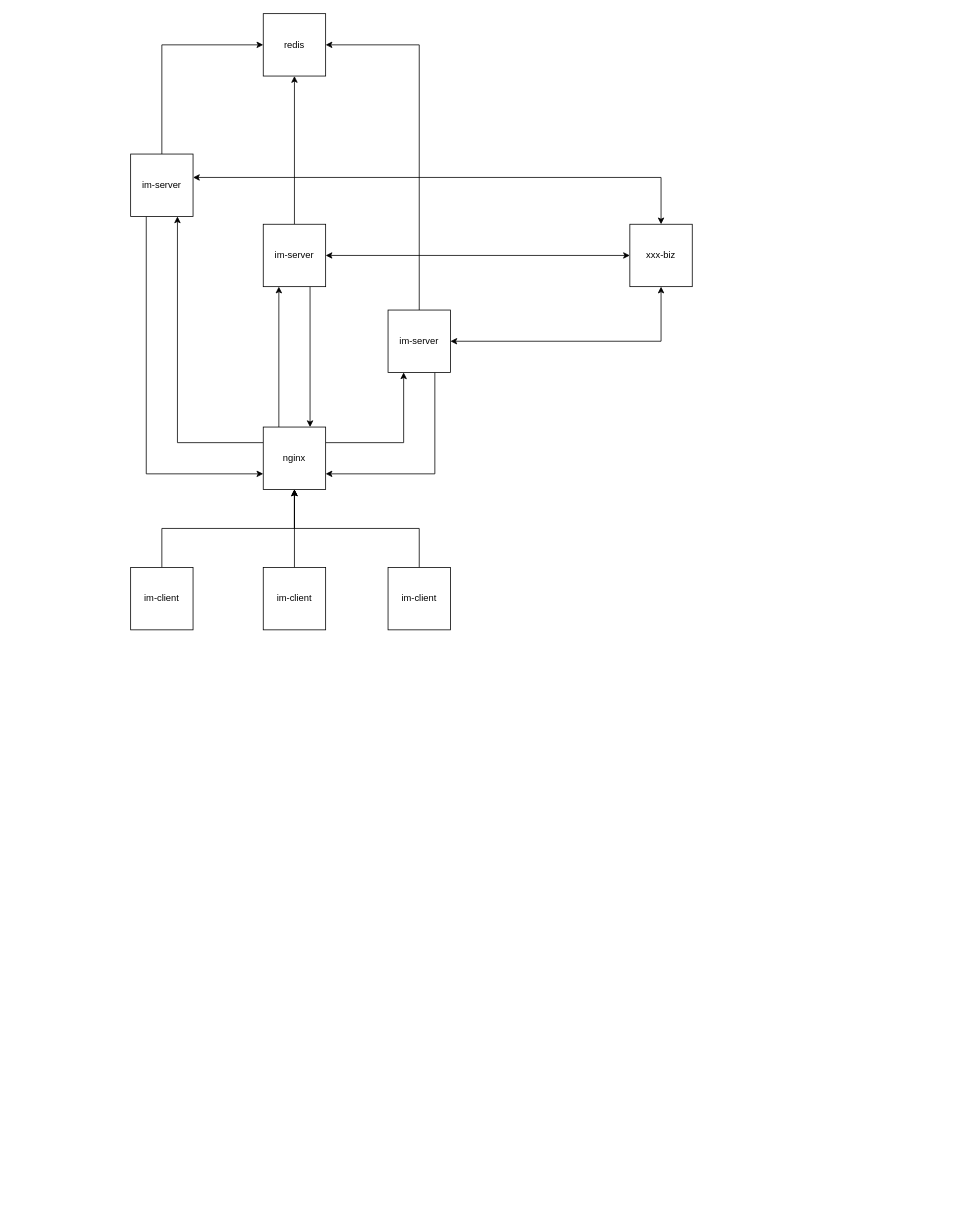
This is netty-im-server.drawio from zhuhuifei/draw.io, a draw.io file, before an edit. Source tidied: cells renumbered, new cells numbered last; positions are measured from the earlier drawing's top-left corner, leaving out a move shared by most shapes. Both pictures are drawn from the tidied source at 78%, with x=0, y=0 at pixel (130, 13).
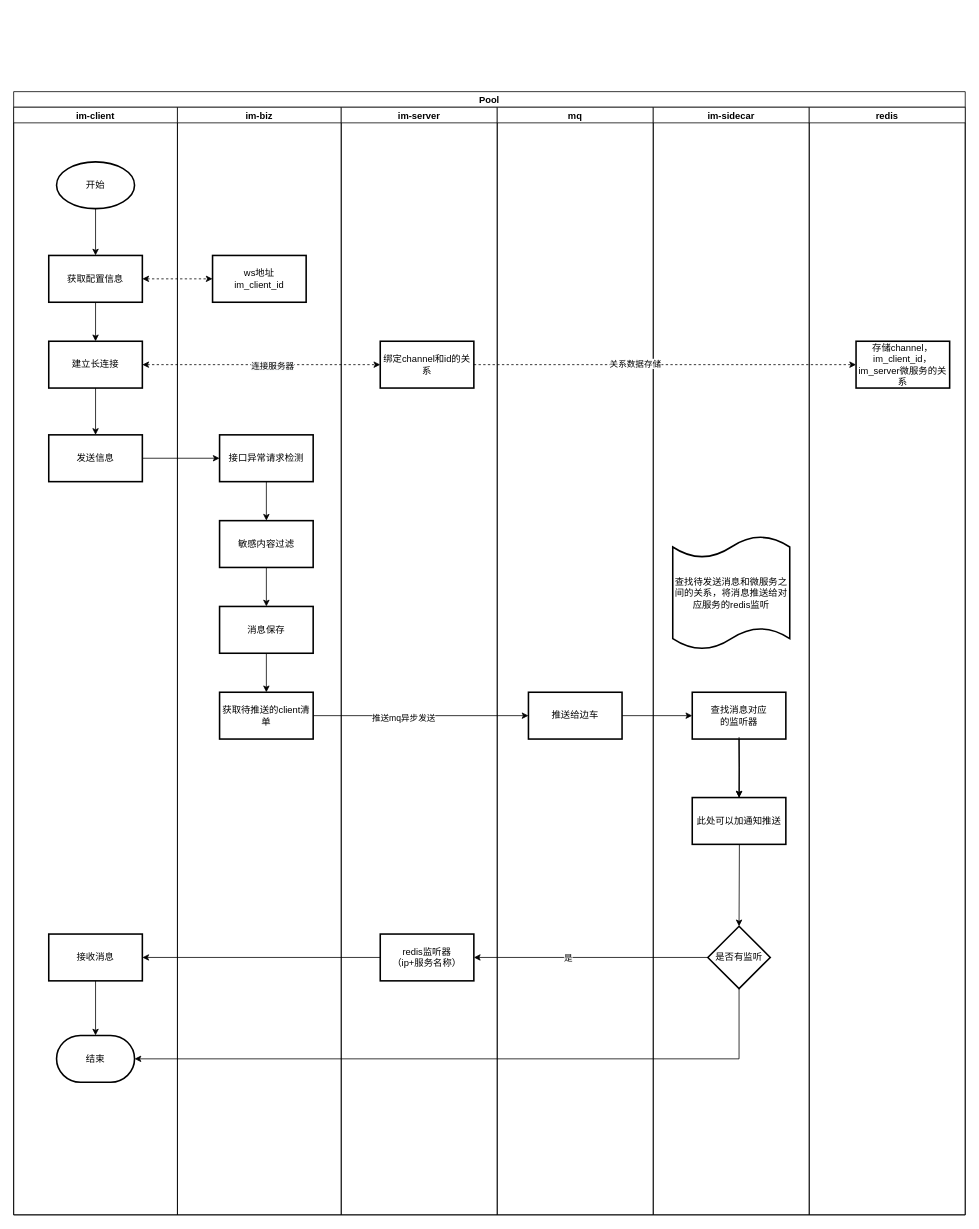
After the change.

What changed in the source:
```diff
@@
-    <mxCell id="2" style="edgeStyle=orthogonalEdgeStyle;rounded=0;jettySize=auto;html=1;entryX=0.5;entryY=1;entryDx=0;entryDy=0;" parent="1" edge="1" source="5" target="15">
-      <mxGeometry relative="1" as="geometry" />
-    </mxCell>
-    <mxCell id="3" style="edgeStyle=orthogonalEdgeStyle;rounded=0;jettySize=auto;html=1;sourcePerimeterSpacing=0;startArrow=classic;startFill=1;" parent="1" edge="1" source="5" target="14">
-      <mxGeometry relative="1" as="geometry" />
-    </mxCell>
-    <mxCell id="4" style="edgeStyle=orthogonalEdgeStyle;shape=connector;rounded=0;jettySize=auto;html=1;entryX=0.75;entryY=0;entryDx=0;entryDy=0;labelBackgroundColor=default;strokeColor=default;fontFamily=Helvetica;fontSize=11;fontColor=default;startArrow=none;startFill=0;endArrow=classic;exitX=0.75;exitY=1;exitDx=0;exitDy=0;" parent="1" edge="1" source="5" target="25">
-      <mxGeometry relative="1" as="geometry" />
-    </mxCell>
-    <mxCell id="5" value="im-server" style="whiteSpace=wrap;html=1;" parent="1" vertex="1">
-      <mxGeometry x="170" y="270" width="80" height="80" as="geometry" />
-    </mxCell>
-    <mxCell id="6" style="edgeStyle=orthogonalEdgeStyle;rounded=0;jettySize=auto;html=1;entryX=0;entryY=0.5;entryDx=0;entryDy=0;exitX=0.5;exitY=0;exitDx=0;exitDy=0;" parent="1" edge="1" source="9" target="15">
-      <mxGeometry relative="1" as="geometry">
-        <Array as="points">
-          <mxPoint x="40" y="40" />
-        </Array>
-      </mxGeometry>
-    </mxCell>
-    <mxCell id="7" style="edgeStyle=orthogonalEdgeStyle;rounded=0;jettySize=auto;html=1;entryX=0.5;entryY=0;entryDx=0;entryDy=0;startArrow=classic;startFill=1;" parent="1" edge="1" source="9" target="14">
-      <mxGeometry relative="1" as="geometry">
-        <Array as="points">
-          <mxPoint x="680" y="210" />
-        </Array>
-      </mxGeometry>
-    </mxCell>
-    <mxCell id="8" style="edgeStyle=orthogonalEdgeStyle;shape=connector;rounded=0;jettySize=auto;html=1;entryX=0;entryY=0.75;entryDx=0;entryDy=0;labelBackgroundColor=default;strokeColor=default;fontFamily=Helvetica;fontSize=11;fontColor=default;startArrow=none;startFill=0;endArrow=classic;exitX=0.25;exitY=1;exitDx=0;exitDy=0;" parent="1" edge="1" source="9" target="25">
-      <mxGeometry relative="1" as="geometry" />
-    </mxCell>
-    <mxCell id="9" value="im-server" style="whiteSpace=wrap;html=1;" parent="1" vertex="1">
-      <mxGeometry y="180" width="80" height="80" as="geometry" />
-    </mxCell>
-    <mxCell id="10" style="edgeStyle=orthogonalEdgeStyle;rounded=0;jettySize=auto;html=1;entryX=1;entryY=0.5;entryDx=0;entryDy=0;exitX=0.5;exitY=0;exitDx=0;exitDy=0;" parent="1" edge="1" source="13" target="15">
-      <mxGeometry relative="1" as="geometry">
-        <Array as="points">
-          <mxPoint x="370" y="40" />
-        </Array>
-      </mxGeometry>
-    </mxCell>
-    <mxCell id="11" style="edgeStyle=orthogonalEdgeStyle;rounded=0;jettySize=auto;html=1;startArrow=classic;startFill=1;entryX=0.5;entryY=1;entryDx=0;entryDy=0;" parent="1" edge="1" source="13" target="14">
-      <mxGeometry relative="1" as="geometry">
-        <Array as="points">
-          <mxPoint x="680" y="420" />
-        </Array>
-      </mxGeometry>
-    </mxCell>
-    <mxCell id="12" style="edgeStyle=orthogonalEdgeStyle;shape=connector;rounded=0;jettySize=auto;html=1;entryX=1;entryY=0.75;entryDx=0;entryDy=0;labelBackgroundColor=default;strokeColor=default;fontFamily=Helvetica;fontSize=11;fontColor=default;startArrow=none;startFill=0;endArrow=classic;exitX=0.75;exitY=1;exitDx=0;exitDy=0;" parent="1" edge="1" source="13" target="25">
-      <mxGeometry relative="1" as="geometry" />
-    </mxCell>
-    <mxCell id="13" value="im-server" style="whiteSpace=wrap;html=1;" parent="1" vertex="1">
-      <mxGeometry x="330" y="380" width="80" height="80" as="geometry" />
-    </mxCell>
-    <mxCell id="14" value="xxx-biz" style="whiteSpace=wrap;html=1;" parent="1" vertex="1">
-      <mxGeometry x="640" y="270" width="80" height="80" as="geometry" />
-    </mxCell>
+    <mxCell id="26" value="Pool" style="swimlane;startSize=20;" parent="1" vertex="1">
+      <mxGeometry x="-150" y="100" width="1220" height="1440" as="geometry" />
+    </mxCell>
+    <mxCell id="27" value="im-client" style="swimlane;startSize=20;" parent="26" vertex="1">
+      <mxGeometry y="20" width="210" height="1420" as="geometry" />
+    </mxCell>
+    <mxCell id="28" value="开始" style="strokeWidth=2;html=1;shape=mxgraph.flowchart.start_1;whiteSpace=wrap;" parent="27" vertex="1">
+      <mxGeometry x="55" y="70" width="100" height="60" as="geometry" />
+    </mxCell>
+    <mxCell id="29" style="edgeStyle=orthogonalEdgeStyle;rounded=0;jettySize=auto;html=1;startArrow=none;startFill=0;" parent="27" edge="1" source="37" target="30">
+      <mxGeometry relative="1" as="geometry" />
+    </mxCell>
+    <mxCell id="30" value="结束" style="strokeWidth=2;html=1;shape=mxgraph.flowchart.terminator;whiteSpace=wrap;" parent="27" vertex="1">
+      <mxGeometry x="55" y="1190" width="100" height="60" as="geometry" />
+    </mxCell>
+    <mxCell id="31" value="获取配置信息" style="whiteSpace=wrap;html=1;strokeWidth=2;" parent="27" vertex="1">
+      <mxGeometry x="45" y="190" width="120" height="60" as="geometry" />
+    </mxCell>
+    <mxCell id="32" style="edgeStyle=orthogonalEdgeStyle;rounded=0;jettySize=auto;html=1;entryX=0.5;entryY=0;entryDx=0;entryDy=0;" parent="27" edge="1" source="28" target="31">
+      <mxGeometry relative="1" as="geometry" />
+    </mxCell>
+    <mxCell id="33" value="建立长连接" style="whiteSpace=wrap;html=1;strokeWidth=2;" parent="27" vertex="1">
+      <mxGeometry x="45" y="300" width="120" height="60" as="geometry" />
+    </mxCell>
+    <mxCell id="34" style="edgeStyle=orthogonalEdgeStyle;rounded=0;jettySize=auto;html=1;startArrow=none;startFill=0;" parent="27" edge="1" source="31" target="33">
+      <mxGeometry relative="1" as="geometry" />
+    </mxCell>
+    <mxCell id="35" value="发送信息" style="whiteSpace=wrap;html=1;strokeWidth=2;" parent="27" vertex="1">
+      <mxGeometry x="45" y="420" width="120" height="60" as="geometry" />
+    </mxCell>
+    <mxCell id="36" style="edgeStyle=orthogonalEdgeStyle;rounded=0;jettySize=auto;html=1;startArrow=none;startFill=0;" parent="27" edge="1" source="33" target="35">
+      <mxGeometry relative="1" as="geometry" />
+    </mxCell>
+    <mxCell id="37" value="接收消息" style="whiteSpace=wrap;html=1;strokeWidth=2;" parent="27" vertex="1">
+      <mxGeometry x="45" y="1060" width="120" height="60" as="geometry" />
+    </mxCell>
+    <mxCell id="38" value="im-biz" style="swimlane;startSize=20;" parent="26" vertex="1">
+      <mxGeometry x="210" y="20" width="210" height="1420" as="geometry" />
+    </mxCell>
+    <mxCell id="39" value="ws地址&lt;br&gt;im_client_id" style="whiteSpace=wrap;html=1;strokeWidth=2;" parent="38" vertex="1">
+      <mxGeometry x="45" y="190" width="120" height="60" as="geometry" />
+    </mxCell>
+    <mxCell id="40" style="edgeStyle=orthogonalEdgeStyle;rounded=0;jettySize=auto;html=1;startArrow=none;startFill=0;" parent="38" edge="1" source="41" target="43">
+      <mxGeometry relative="1" as="geometry" />
+    </mxCell>
+    <mxCell id="41" value="接口异常请求检测" style="whiteSpace=wrap;html=1;strokeWidth=2;" parent="38" vertex="1">
+      <mxGeometry x="54" y="420" width="120" height="60" as="geometry" />
+    </mxCell>
+    <mxCell id="42" style="edgeStyle=orthogonalEdgeStyle;rounded=0;jettySize=auto;html=1;startArrow=none;startFill=0;" parent="38" edge="1" source="43" target="45">
+      <mxGeometry relative="1" as="geometry" />
+    </mxCell>
+    <mxCell id="43" value="敏感内容过滤" style="whiteSpace=wrap;html=1;strokeWidth=2;" parent="38" vertex="1">
+      <mxGeometry x="54" y="530" width="120" height="60" as="geometry" />
+    </mxCell>
+    <mxCell id="44" style="edgeStyle=orthogonalEdgeStyle;rounded=0;jettySize=auto;html=1;startArrow=none;startFill=0;" parent="38" edge="1" source="45" target="46">
+      <mxGeometry relative="1" as="geometry" />
+    </mxCell>
+    <mxCell id="45" value="消息保存" style="whiteSpace=wrap;html=1;strokeWidth=2;" parent="38" vertex="1">
+      <mxGeometry x="54" y="640" width="120" height="60" as="geometry" />
+    </mxCell>
+    <mxCell id="46" value="获取待推送的client清单" style="whiteSpace=wrap;html=1;strokeWidth=2;" parent="38" vertex="1">
+      <mxGeometry x="54" y="750" width="120" height="60" as="geometry" />
+    </mxCell>
+    <mxCell id="47" value="im-server" style="swimlane;startSize=20;" parent="26" vertex="1">
+      <mxGeometry x="420" y="20" width="200" height="1420" as="geometry" />
+    </mxCell>
+    <mxCell id="48" value="绑定channel和id的关系" style="whiteSpace=wrap;html=1;strokeWidth=2;" parent="47" vertex="1">
+      <mxGeometry x="50" y="300" width="120" height="60" as="geometry" />
+    </mxCell>
+    <mxCell id="49" value="redis监听器&lt;br&gt;（ip+服务名称）" style="whiteSpace=wrap;html=1;strokeWidth=2;" parent="47" vertex="1">
+      <mxGeometry x="50" y="1060" width="120" height="60" as="geometry" />
+    </mxCell>
+    <mxCell id="50" style="edgeStyle=orthogonalEdgeStyle;rounded=0;jettySize=auto;html=1;startArrow=classic;startFill=1;dashed=1;" parent="26" edge="1" source="33" target="48">
+      <mxGeometry relative="1" as="geometry" />
+    </mxCell>
+    <mxCell id="51" value="&lt;span style=&quot;background-color: rgb(248, 249, 250);&quot;&gt;连接服务器&lt;/span&gt;" style="edgeLabel;html=1;align=center;verticalAlign=middle;" parent="50" vertex="1">
+      <mxGeometry x="0.09" y="-1" relative="1" as="geometry" />
+    </mxCell>
+    <mxCell id="52" value="mq" style="swimlane;startSize=20;" parent="26" vertex="1">
+      <mxGeometry x="620" y="20" width="200" height="1420" as="geometry" />
+    </mxCell>
+    <mxCell id="53" value="推送给边车" style="whiteSpace=wrap;html=1;strokeWidth=2;" parent="52" vertex="1">
+      <mxGeometry x="40" y="750" width="120" height="60" as="geometry" />
+    </mxCell>
+    <mxCell id="54" value="im-sidecar" style="swimlane;startSize=20;" parent="26" vertex="1">
+      <mxGeometry x="820" y="20" width="200" height="1420" as="geometry" />
+    </mxCell>
+    <mxCell id="55" style="edgeStyle=orthogonalEdgeStyle;rounded=0;jettySize=auto;html=1;startArrow=none;startFill=0;" parent="54" edge="1" target="57">
+      <mxGeometry relative="1" as="geometry">
+        <mxPoint x="110" y="807.5" as="sourcePoint" />
+      </mxGeometry>
+    </mxCell>
+    <mxCell id="56" value="查找待发送消息和微服务之间的关系，将消息推送给对应服务的redis监听" style="shape=tape;whiteSpace=wrap;html=1;strokeWidth=2;size=0.19;" parent="54" vertex="1">
+      <mxGeometry x="25" y="550" width="150" height="145" as="geometry" />
+    </mxCell>
+    <mxCell id="57" value="是否有监听" style="rhombus;whiteSpace=wrap;html=1;strokeWidth=2;" parent="54" vertex="1">
+      <mxGeometry x="70" y="1050" width="80" height="80" as="geometry" />
+    </mxCell>
+    <mxCell id="58" value="查找消息对应&lt;br&gt;的监听器" style="whiteSpace=wrap;html=1;strokeWidth=2;" parent="54" vertex="1">
+      <mxGeometry x="50" y="750" width="120" height="60" as="geometry" />
+    </mxCell>
+    <mxCell id="59" style="edgeStyle=orthogonalEdgeStyle;rounded=0;jettySize=auto;html=1;startArrow=none;startFill=0;" parent="26" edge="1" source="53" target="58">
+      <mxGeometry relative="1" as="geometry" />
+    </mxCell>
+    <mxCell id="60" style="edgeStyle=orthogonalEdgeStyle;rounded=0;jettySize=auto;html=1;startArrow=none;startFill=0;exitX=0;exitY=0.5;exitDx=0;exitDy=0;" parent="26" edge="1" source="57" target="49">
+      <mxGeometry relative="1" as="geometry" />
+    </mxCell>
+    <mxCell id="61" value="是" style="edgeLabel;html=1;align=center;verticalAlign=middle;" parent="60" vertex="1">
+      <mxGeometry x="0.2" relative="1" as="geometry" />
+    </mxCell>
+    <mxCell id="62" style="edgeStyle=orthogonalEdgeStyle;rounded=0;jettySize=auto;html=1;startArrow=none;startFill=0;" parent="26" edge="1" source="49" target="37">
+      <mxGeometry relative="1" as="geometry" />
+    </mxCell>
+    <mxCell id="63" style="edgeStyle=orthogonalEdgeStyle;rounded=0;jettySize=auto;html=1;entryX=1;entryY=0.5;entryDx=0;entryDy=0;entryPerimeter=0;startArrow=none;startFill=0;exitX=0.5;exitY=1;exitDx=0;exitDy=0;" parent="26" edge="1" source="57" target="30">
+      <mxGeometry relative="1" as="geometry" />
+    </mxCell>
-    <mxCell id="15" value="redis" style="whiteSpace=wrap;html=1;" parent="1" vertex="1">
-      <mxGeometry x="170" width="80" height="80" as="geometry" />
+    <mxCell id="15" value="redis" style="swimlane;startSize=20;" parent="26" vertex="1">
+      <mxGeometry x="1020" y="20" width="200" height="1420" as="geometry" />
     </mxCell>
-    <mxCell id="16" style="edgeStyle=orthogonalEdgeStyle;rounded=0;jettySize=auto;html=1;entryX=0.5;entryY=1;entryDx=0;entryDy=0;exitX=0.5;exitY=0;exitDx=0;exitDy=0;" parent="1" edge="1" source="17" target="25">
-      <mxGeometry relative="1" as="geometry" />
-    </mxCell>
-    <mxCell id="17" value="im-client" style="whiteSpace=wrap;html=1;" parent="1" vertex="1">
-      <mxGeometry x="330" y="710" width="80" height="80" as="geometry" />
-    </mxCell>
-    <mxCell id="18" style="edgeStyle=orthogonalEdgeStyle;rounded=0;jettySize=auto;html=1;entryX=0.5;entryY=1;entryDx=0;entryDy=0;" parent="1" edge="1" source="19" target="25">
-      <mxGeometry relative="1" as="geometry" />
-    </mxCell>
-    <mxCell id="19" value="im-client" style="whiteSpace=wrap;html=1;" parent="1" vertex="1">
-      <mxGeometry x="170" y="710" width="80" height="80" as="geometry" />
-    </mxCell>
-    <mxCell id="20" style="edgeStyle=orthogonalEdgeStyle;rounded=0;jettySize=auto;html=1;exitX=0.5;exitY=0;exitDx=0;exitDy=0;entryX=0.5;entryY=1;entryDx=0;entryDy=0;" parent="1" edge="1" source="21" target="25">
-      <mxGeometry relative="1" as="geometry" />
-    </mxCell>
-    <mxCell id="21" value="im-client" style="whiteSpace=wrap;html=1;" parent="1" vertex="1">
-      <mxGeometry y="710" width="80" height="80" as="geometry" />
-    </mxCell>
-    <mxCell id="22" style="edgeStyle=orthogonalEdgeStyle;rounded=0;jettySize=auto;html=1;entryX=0.25;entryY=1;entryDx=0;entryDy=0;exitX=0.25;exitY=0;exitDx=0;exitDy=0;" parent="1" edge="1" source="25" target="5">
-      <mxGeometry relative="1" as="geometry" />
-    </mxCell>
-    <mxCell id="23" style="edgeStyle=orthogonalEdgeStyle;rounded=0;jettySize=auto;html=1;entryX=0.25;entryY=1;entryDx=0;entryDy=0;exitX=1;exitY=0.25;exitDx=0;exitDy=0;" parent="1" edge="1" source="25" target="13">
-      <mxGeometry relative="1" as="geometry" />
-    </mxCell>
-    <mxCell id="24" style="edgeStyle=orthogonalEdgeStyle;rounded=0;jettySize=auto;html=1;entryX=0.75;entryY=1;entryDx=0;entryDy=0;exitX=0;exitY=0.25;exitDx=0;exitDy=0;" parent="1" edge="1" source="25" target="9">
-      <mxGeometry relative="1" as="geometry" />
-    </mxCell>
-    <mxCell id="25" value="nginx" style="whiteSpace=wrap;html=1;" parent="1" vertex="1">
-      <mxGeometry x="170" y="530" width="80" height="80" as="geometry" />
-    </mxCell>
+    <mxCell id="64" value="存储channel，im_client_id，im_server微服务的关系" style="whiteSpace=wrap;html=1;strokeWidth=2;" parent="15" vertex="1">
+      <mxGeometry x="60" y="300" width="120" height="60" as="geometry" />
+    </mxCell>
+    <mxCell id="65" style="edgeStyle=orthogonalEdgeStyle;rounded=0;jettySize=auto;html=1;startArrow=none;startFill=0;dashed=1;" parent="26" edge="1" source="48" target="64">
+      <mxGeometry relative="1" as="geometry" />
+    </mxCell>
+    <mxCell id="66" value="关系数据存储" style="edgeLabel;html=1;align=center;verticalAlign=middle;" parent="65" vertex="1">
+      <mxGeometry x="-0.16" y="2" relative="1" as="geometry" />
+    </mxCell>
+    <mxCell id="67" style="edgeStyle=orthogonalEdgeStyle;rounded=0;jettySize=auto;html=1;startArrow=classic;startFill=1;dashed=1;" parent="26" edge="1" source="31" target="39">
+      <mxGeometry relative="1" as="geometry" />
+    </mxCell>
+    <mxCell id="68" style="edgeStyle=orthogonalEdgeStyle;rounded=0;jettySize=auto;html=1;startArrow=none;startFill=0;" parent="26" edge="1" source="35" target="41">
+      <mxGeometry relative="1" as="geometry" />
+    </mxCell>
+    <mxCell id="69" style="edgeStyle=orthogonalEdgeStyle;rounded=0;jettySize=auto;html=1;startArrow=none;startFill=0;" parent="26" edge="1" source="46" target="53">
+      <mxGeometry relative="1" as="geometry" />
+    </mxCell>
+    <mxCell id="70" value="推送mq异步发送" style="edgeLabel;html=1;align=center;verticalAlign=middle;" parent="69" vertex="1">
+      <mxGeometry x="-0.17" y="-3" relative="1" as="geometry" />
+    </mxCell>
+    <mxCell id="71" value="此处可以加通知推送" style="whiteSpace=wrap;html=1;strokeWidth=2;" parent="1" vertex="1">
+      <mxGeometry x="720" y="1005" width="120" height="60" as="geometry" />
+    </mxCell>
+    <mxCell id="72" style="edgeStyle=orthogonalEdgeStyle;rounded=0;jettySize=auto;html=1;startArrow=none;startFill=0;" parent="1" edge="1" target="71">
+      <mxGeometry relative="1" as="geometry">
+        <mxPoint x="780" y="927.5" as="sourcePoint" />
+      </mxGeometry>
+    </mxCell>
+    <mxCell id="73" style="edgeStyle=orthogonalEdgeStyle;rounded=0;jettySize=auto;html=1;startArrow=none;startFill=0;" parent="1" edge="1" source="58" target="71">
+      <mxGeometry relative="1" as="geometry" />
+    </mxCell>
```
